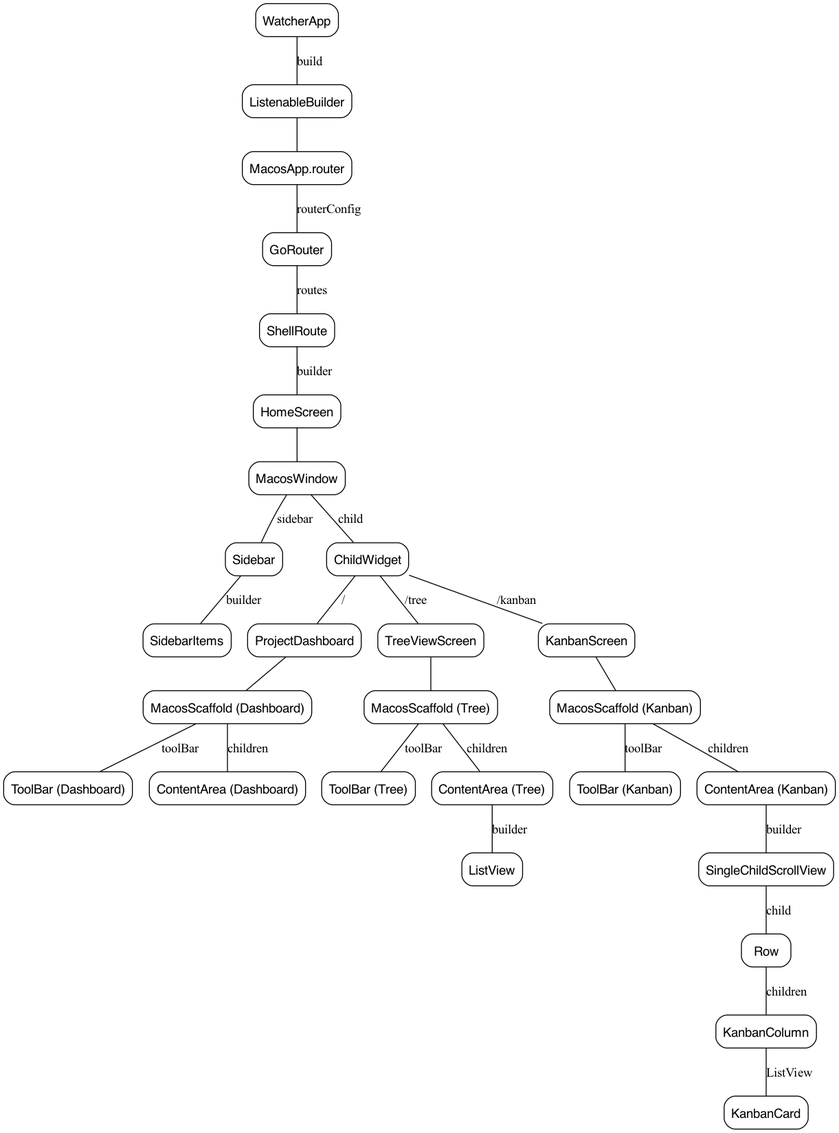
Earlier version of the Graphviz export docs/widget_tree.png (ghchinoy/watcher). Its source is kept beside it as docs/widget_tree.dot.
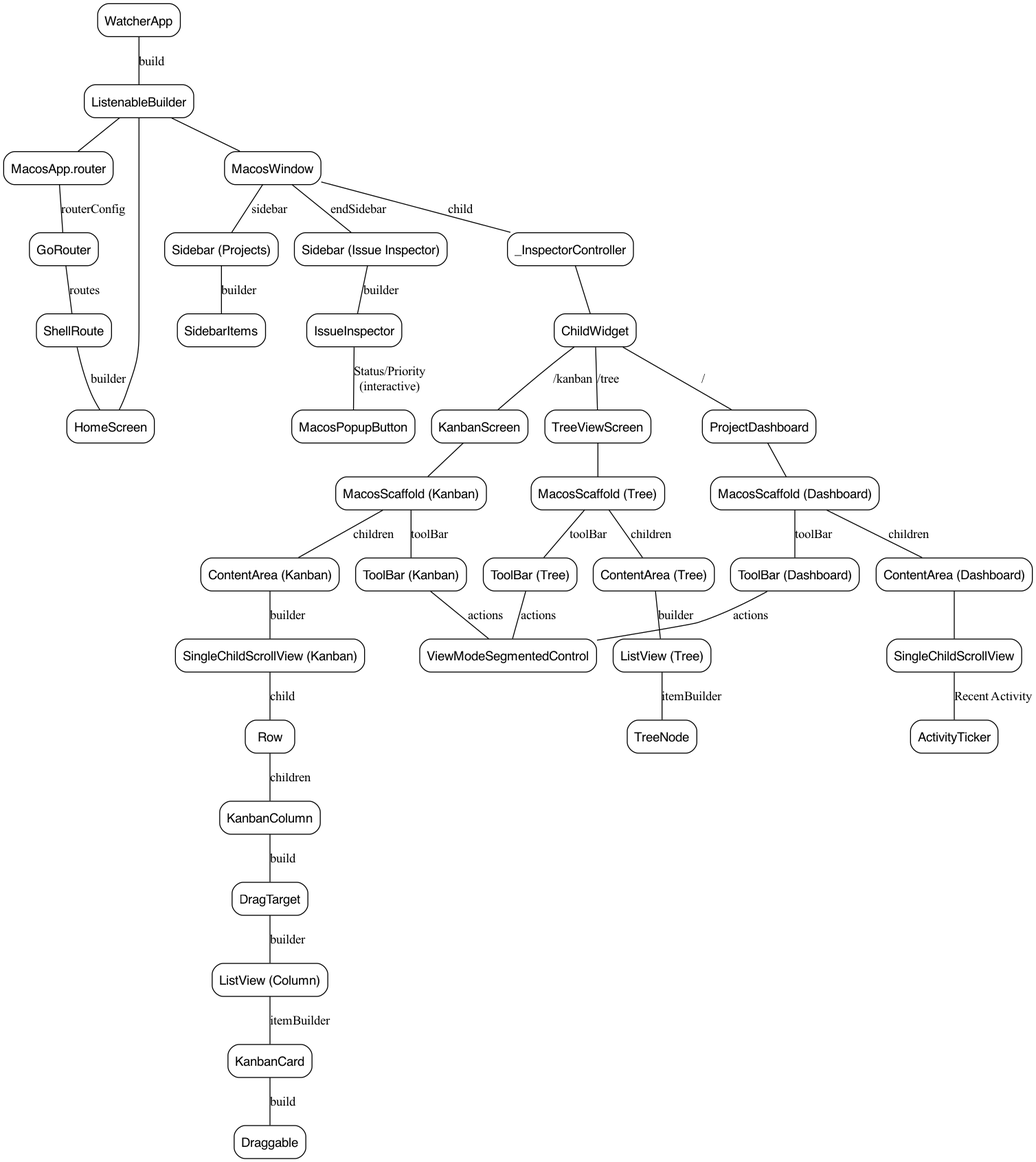
Above is the later version.

The edit, as a diff of the source:
```diff
@@ -7,10 +7,19 @@
     "MacosApp.router" -> GoRouter [label="routerConfig"];
     GoRouter -> ShellRoute [label="routes"];
     ShellRoute -> HomeScreen [label="builder"];
-    HomeScreen -> MacosWindow;
-    MacosWindow -> Sidebar [label="sidebar"];
-    Sidebar -> SidebarItems [label="builder"];
-    MacosWindow -> ChildWidget [label="child"];
+
+    HomeScreen -> ListenableBuilder;
+    ListenableBuilder -> MacosWindow;
+
+    MacosWindow -> "Sidebar (Projects)" [label="sidebar"];
+    "Sidebar (Projects)" -> SidebarItems [label="builder"];
+
+    MacosWindow -> "Sidebar (Issue Inspector)" [label="endSidebar"];
+    "Sidebar (Issue Inspector)" -> IssueInspector [label="builder"];
+    IssueInspector -> MacosPopupButton [label="Status/Priority\n(interactive)"];
+
+    MacosWindow -> _InspectorController [label="child"];
+    _InspectorController -> ChildWidget;
 
     ChildWidget -> ProjectDashboard [label="/"];
     ChildWidget -> TreeViewScreen [label="/tree"];
@@ -19,17 +28,27 @@
     ProjectDashboard -> "MacosScaffold (Dashboard)";
     "MacosScaffold (Dashboard)" -> "ToolBar (Dashboard)" [label="toolBar"];
     "MacosScaffold (Dashboard)" -> "ContentArea (Dashboard)" [label="children"];
+    "ContentArea (Dashboard)" -> SingleChildScrollView;
+    SingleChildScrollView -> ActivityTicker [label="Recent Activity"];
+
+    "ToolBar (Dashboard)" -> ViewModeSegmentedControl [label="actions"];
+    "ToolBar (Tree)" -> ViewModeSegmentedControl [label="actions"];
+    "ToolBar (Kanban)" -> ViewModeSegmentedControl [label="actions"];
 
     TreeViewScreen -> "MacosScaffold (Tree)";
     "MacosScaffold (Tree)" -> "ToolBar (Tree)" [label="toolBar"];
     "MacosScaffold (Tree)" -> "ContentArea (Tree)" [label="children"];
-    "ContentArea (Tree)" -> ListView [label="builder"];
+    "ContentArea (Tree)" -> "ListView (Tree)" [label="builder"];
+    "ListView (Tree)" -> TreeNode [label="itemBuilder"];
 
     KanbanScreen -> "MacosScaffold (Kanban)";
     "MacosScaffold (Kanban)" -> "ToolBar (Kanban)" [label="toolBar"];
     "MacosScaffold (Kanban)" -> "ContentArea (Kanban)" [label="children"];
-    "ContentArea (Kanban)" -> SingleChildScrollView [label="builder"];
-    SingleChildScrollView -> Row [label="child"];
+    "ContentArea (Kanban)" -> "SingleChildScrollView (Kanban)" [label="builder"];
+    "SingleChildScrollView (Kanban)" -> Row [label="child"];
     Row -> KanbanColumn [label="children"];
-    KanbanColumn -> KanbanCard [label="ListView"];
+    KanbanColumn -> DragTarget [label="build"];
+    DragTarget -> "ListView (Column)" [label="builder"];
+    "ListView (Column)" -> KanbanCard [label="itemBuilder"];
+    KanbanCard -> Draggable [label="build"];
 }
```
